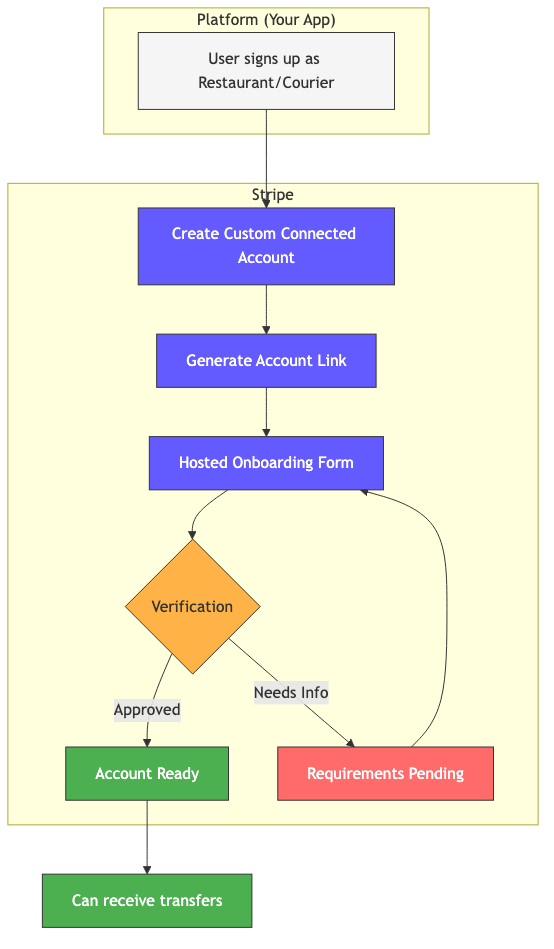
The Mermaid diagram diagrams/part1/onboarding-flow.png in jejrthompson/stripe-interview-demo, before a commit. Its source is kept beside it as diagrams/part1/onboarding-flow.mmd.
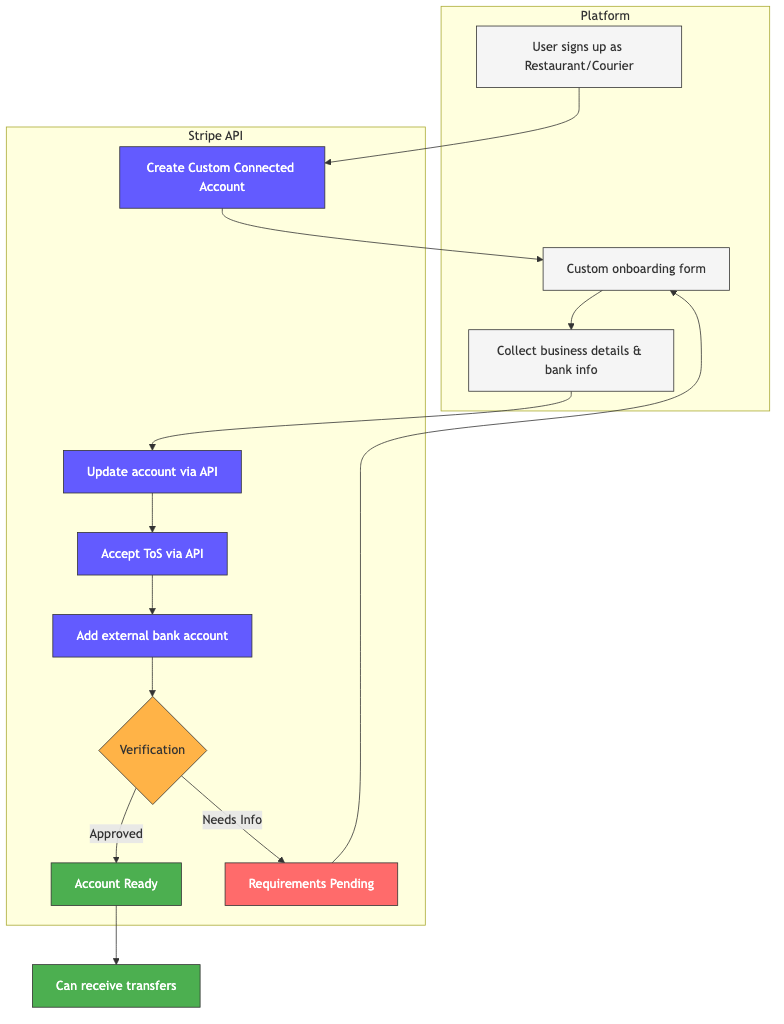
After the change.

Commit message:
docs: update onboarding diagram for fully custom Connect flow

Removes Stripe-hosted components (Account Link, hosted forms) and shows
the API-driven onboarding where platform handles all UI/UX.

🤖 Generated with [Claude Code](https://claude.com/claude-code)

Change to the diagram source:
```diff
@@ -1,33 +1,42 @@
 flowchart TD
-    subgraph Platform["Platform (Your App)"]
+    subgraph Platform["Platform"]
         A[User signs up as Restaurant/Courier]
+        C[Custom onboarding form]
+        D[Collect business details & bank info]
     end
 
-    subgraph Stripe["Stripe"]
+    subgraph Stripe["Stripe API"]
         B[Create Custom Connected Account]
-        C[Generate Account Link]
-        D[Hosted Onboarding Form]
-        E{Verification}
-        F[Account Ready]
-        G[Requirements Pending]
+        E[Update account via API]
+        F[Accept ToS via API]
+        G[Add external bank account]
+        H{Verification}
+        I[Account Ready]
+        J[Requirements Pending]
     end
 
     A --> B
     B --> C
     C --> D
     D --> E
+    E --> F
+    F --> G
+    G --> H
 
-    E -->|Approved| F
-    E -->|Needs Info| G
-    G --> D
+    H -->|Approved| I
+    H -->|Needs Info| J
+    J --> C
 
-    F --> H[Can receive transfers]
+    I --> K[Can receive transfers]
 
     style A fill:#f5f5f5,stroke:#333
     style B fill:#635bff,stroke:#333,color:#fff
-    style C fill:#635bff,stroke:#333,color:#fff
-    style D fill:#635bff,stroke:#333,color:#fff
-    style E fill:#ffb347,stroke:#333
-    style F fill:#4caf50,stroke:#333,color:#fff
-    style G fill:#ff6b6b,stroke:#333,color:#fff
-    style H fill:#4caf50,stroke:#333,color:#fff
+    style C fill:#f5f5f5,stroke:#333
+    style D fill:#f5f5f5,stroke:#333
+    style E fill:#635bff,stroke:#333,color:#fff
+    style F fill:#635bff,stroke:#333,color:#fff
+    style G fill:#635bff,stroke:#333,color:#fff
+    style H fill:#ffb347,stroke:#333
+    style I fill:#4caf50,stroke:#333,color:#fff
+    style J fill:#ff6b6b,stroke:#333,color:#fff
+    style K fill:#4caf50,stroke:#333,color:#fff
```
